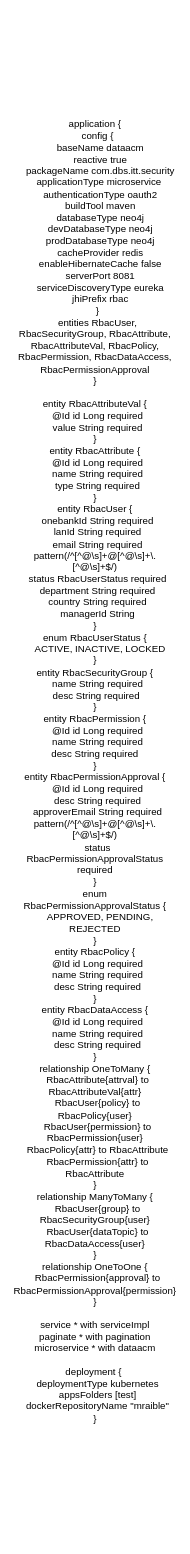
This is Untitled Diagram.drawio from srinivaspuranamhyd/arc-diagrams, a draw.io file, before an edit. Source tidied: cells renumbered, new cells numbered last; positions are measured from the earlier drawing's top-left corner, leaving out a move shared by most shapes. Both pictures are drawn from the tidied source at 81%, with x=0, y=0 at pixel (79, 769).
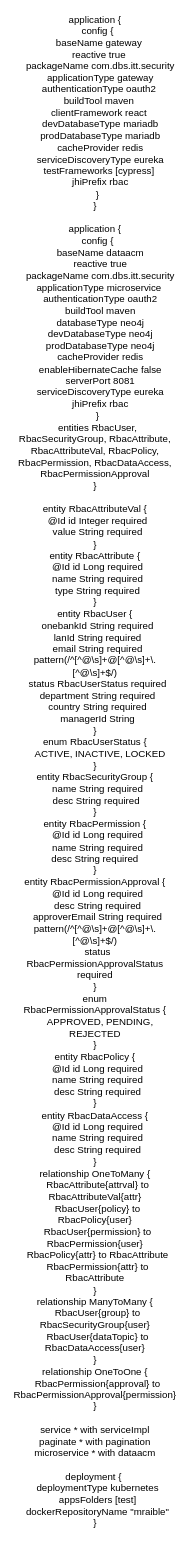
The same diagram, later.

What changed in the source:
```diff
@@
 <mxGraphModel>
   <root>
     <mxCell id="0" />
     <mxCell id="1" parent="0" />
-    <mxCell id="2" value="&lt;div&gt;application {&lt;/div&gt;&lt;div&gt;&amp;nbsp; config {&lt;/div&gt;&lt;div&gt;&amp;nbsp; &amp;nbsp; baseName dataacm&lt;/div&gt;&lt;div&gt;&amp;nbsp; &amp;nbsp; reactive true&lt;/div&gt;&lt;div&gt;&amp;nbsp; &amp;nbsp; packageName com.dbs.itt.security&lt;/div&gt;&lt;div&gt;&amp;nbsp; &amp;nbsp; applicationType microservice&amp;nbsp;&lt;/div&gt;&lt;div&gt;&amp;nbsp; &amp;nbsp; authenticationType oauth2&lt;/div&gt;&lt;div&gt;&amp;nbsp; &amp;nbsp; buildTool maven&lt;/div&gt;&lt;div&gt;&amp;nbsp; &amp;nbsp; databaseType neo4j&lt;/div&gt;&lt;div&gt;&amp;nbsp; &amp;nbsp; devDatabaseType neo4j&lt;/div&gt;&lt;div&gt;&amp;nbsp; &amp;nbsp; prodDatabaseType neo4j&lt;/div&gt;&lt;div&gt;&amp;nbsp; &amp;nbsp; cacheProvider redis&lt;/div&gt;&lt;div&gt;&amp;nbsp; &amp;nbsp; enableHibernateCache false&lt;/div&gt;&lt;div&gt;&amp;nbsp; &amp;nbsp; serverPort 8081&lt;/div&gt;&lt;div&gt;&amp;nbsp; &amp;nbsp; serviceDiscoveryType eureka&lt;/div&gt;&lt;div&gt;&amp;nbsp; &amp;nbsp; jhiPrefix rbac&lt;/div&gt;&lt;div&gt;&amp;nbsp; }&lt;/div&gt;&lt;div&gt;&amp;nbsp; entities RbacUser, RbacSecurityGroup, RbacAttribute, RbacAttributeVal, RbacPolicy, RbacPermission, RbacDataAccess, RbacPermissionApproval&lt;/div&gt;&lt;div&gt;}&lt;/div&gt;&lt;div&gt;&lt;br&gt;&lt;/div&gt;&lt;div&gt;entity RbacAttributeVal {&lt;/div&gt;&lt;div&gt;&amp;nbsp; @Id id Long required&lt;/div&gt;&lt;div&gt;&amp;nbsp; value String required&lt;/div&gt;&lt;div&gt;}&lt;/div&gt;&lt;div&gt;entity RbacAttribute {&lt;/div&gt;&lt;div&gt;&amp;nbsp; @Id id Long required&lt;/div&gt;&lt;div&gt;&amp;nbsp; name String required&lt;/div&gt;&lt;div&gt;&amp;nbsp; type String required&lt;/div&gt;&lt;div&gt;}&lt;/div&gt;&lt;div&gt;entity RbacUser {&lt;/div&gt;&lt;div&gt;&amp;nbsp; onebankId String required&lt;/div&gt;&lt;div&gt;&amp;nbsp; lanId String required&lt;/div&gt;&lt;div&gt;&amp;nbsp; email String required pattern(/^[^@\s]+@[^@\s]+\.[^@\s]+$/)&lt;/div&gt;&lt;div&gt;&amp;nbsp; status RbacUserStatus required&lt;/div&gt;&lt;div&gt;&amp;nbsp; department String required&lt;/div&gt;&lt;div&gt;&amp;nbsp; country String required&lt;/div&gt;&lt;div&gt;&amp;nbsp; managerId String&lt;/div&gt;&lt;div&gt;}&lt;/div&gt;&lt;div&gt;enum RbacUserStatus {&lt;/div&gt;&lt;div&gt;&amp;nbsp; &amp;nbsp; ACTIVE, INACTIVE, LOCKED&lt;/div&gt;&lt;div&gt;}&lt;/div&gt;&lt;div&gt;entity RbacSecurityGroup {&lt;/div&gt;&lt;div&gt;&amp;nbsp; name String required&lt;/div&gt;&lt;div&gt;&amp;nbsp; desc String required&amp;nbsp;&lt;/div&gt;&lt;div&gt;}&lt;/div&gt;&lt;div&gt;entity RbacPermission {&lt;/div&gt;&lt;div&gt;&amp;nbsp; @Id id Long required&lt;/div&gt;&lt;div&gt;&amp;nbsp; name String required&lt;/div&gt;&lt;div&gt;&amp;nbsp; desc String required&amp;nbsp;&amp;nbsp;&lt;/div&gt;&lt;div&gt;}&lt;/div&gt;&lt;div&gt;entity RbacPermissionApproval {&lt;/div&gt;&lt;div&gt;&amp;nbsp; @Id id Long required&lt;/div&gt;&lt;div&gt;&amp;nbsp; desc String required&lt;/div&gt;&lt;div&gt;&amp;nbsp; approverEmail String required pattern(/^[^@\s]+@[^@\s]+\.[^@\s]+$/)&lt;/div&gt;&lt;div&gt;&amp;nbsp; status RbacPermissionApprovalStatus required&lt;/div&gt;&lt;div&gt;}&lt;/div&gt;&lt;div&gt;enum RbacPermissionApprovalStatus {&lt;/div&gt;&lt;div&gt;&amp;nbsp; &amp;nbsp; APPROVED, PENDING, REJECTED&lt;/div&gt;&lt;div&gt;}&lt;/div&gt;&lt;div&gt;entity RbacPolicy {&lt;/div&gt;&lt;div&gt;&amp;nbsp; @Id id Long required&lt;/div&gt;&lt;div&gt;&amp;nbsp; name String required&lt;/div&gt;&lt;div&gt;&amp;nbsp; desc String required&lt;/div&gt;&lt;div&gt;}&lt;/div&gt;&lt;div&gt;entity RbacDataAccess {&lt;/div&gt;&lt;div&gt;&amp;nbsp; @Id id Long required&lt;/div&gt;&lt;div&gt;&amp;nbsp; name String required&lt;/div&gt;&lt;div&gt;&amp;nbsp; desc String required&lt;/div&gt;&lt;div&gt;}&lt;/div&gt;&lt;div&gt;relationship OneToMany {&lt;/div&gt;&lt;div&gt;&amp;nbsp; RbacAttribute{attrval} to RbacAttributeVal{attr}&lt;/div&gt;&lt;div&gt;&amp;nbsp; RbacUser{policy} to RbacPolicy{user}&lt;/div&gt;&lt;div&gt;&amp;nbsp; RbacUser{permission} to RbacPermission{user}&lt;/div&gt;&lt;div&gt;&amp;nbsp; RbacPolicy{attr} to RbacAttribute&lt;/div&gt;&lt;div&gt;&amp;nbsp; RbacPermission{attr} to RbacAttribute&lt;/div&gt;&lt;div&gt;}&lt;/div&gt;&lt;div&gt;relationship ManyToMany {&lt;/div&gt;&lt;div&gt;&amp;nbsp; RbacUser{group} to RbacSecurityGroup{user}&lt;/div&gt;&lt;div&gt;&amp;nbsp; RbacUser{dataTopic} to RbacDataAccess{user}&lt;/div&gt;&lt;div&gt;}&lt;/div&gt;&lt;div&gt;relationship OneToOne {&lt;/div&gt;&lt;div&gt;&amp;nbsp; RbacPermission{approval} to RbacPermissionApproval{permission}&lt;/div&gt;&lt;div&gt;}&lt;/div&gt;&lt;div&gt;&lt;br&gt;&lt;/div&gt;&lt;div&gt;service * with serviceImpl&lt;/div&gt;&lt;div&gt;paginate * with pagination&lt;/div&gt;&lt;div&gt;microservice * with dataacm&lt;/div&gt;&lt;div&gt;&lt;br&gt;&lt;/div&gt;&lt;div&gt;deployment {&amp;nbsp;&lt;/div&gt;&lt;div&gt;&amp;nbsp; deploymentType kubernetes&lt;/div&gt;&lt;div&gt;&amp;nbsp; appsFolders [test]&lt;/div&gt;&lt;div&gt;&amp;nbsp; dockerRepositoryName &quot;mraible&quot;&lt;/div&gt;&lt;div&gt;}&lt;/div&gt;&lt;div&gt;&lt;br&gt;&lt;/div&gt;" style="text;html=1;strokeColor=none;fillColor=none;align=center;verticalAlign=middle;whiteSpace=wrap;rounded=0;" parent="1" vertex="1">
+    <mxCell id="2" value="&lt;div&gt;&lt;div&gt;&lt;div&gt;application {&lt;/div&gt;&lt;div&gt;&amp;nbsp; config {&lt;/div&gt;&lt;div&gt;&amp;nbsp; &amp;nbsp; baseName gateway&amp;nbsp;&lt;/div&gt;&lt;div&gt;&amp;nbsp; &amp;nbsp; reactive true&amp;nbsp;&lt;/div&gt;&lt;div&gt;&amp;nbsp; &amp;nbsp; packageName com.dbs.itt.security&lt;/div&gt;&lt;div&gt;&amp;nbsp; &amp;nbsp; applicationType gateway&lt;/div&gt;&lt;div&gt;&amp;nbsp; &amp;nbsp; authenticationType oauth2&amp;nbsp;&lt;/div&gt;&lt;div&gt;&amp;nbsp; &amp;nbsp; buildTool maven&amp;nbsp;&lt;/div&gt;&lt;div&gt;&amp;nbsp; &amp;nbsp; clientFramework react&amp;nbsp;&lt;/div&gt;&lt;div&gt;&amp;nbsp; &amp;nbsp; devDatabaseType mariadb&lt;/div&gt;&lt;div&gt;&amp;nbsp; &amp;nbsp; prodDatabaseType mariadb&lt;/div&gt;&lt;div&gt;&amp;nbsp; &amp;nbsp; cacheProvider redis&lt;/div&gt;&lt;div&gt;&amp;nbsp; &amp;nbsp; serviceDiscoveryType eureka&lt;/div&gt;&lt;div&gt;&amp;nbsp; &amp;nbsp; testFrameworks [cypress]&amp;nbsp;&lt;/div&gt;&lt;div&gt;&amp;nbsp; &amp;nbsp; jhiPrefix rbac&lt;/div&gt;&lt;div&gt;&amp;nbsp; }&lt;/div&gt;&lt;div&gt;}&lt;/div&gt;&lt;div&gt;&lt;br&gt;&lt;/div&gt;&lt;div&gt;application {&lt;/div&gt;&lt;div&gt;&amp;nbsp; config {&lt;/div&gt;&lt;div&gt;&amp;nbsp; &amp;nbsp; baseName dataacm&lt;/div&gt;&lt;div&gt;&amp;nbsp; &amp;nbsp; reactive true&lt;/div&gt;&lt;div&gt;&amp;nbsp; &amp;nbsp; packageName com.dbs.itt.security&lt;/div&gt;&lt;div&gt;&amp;nbsp; &amp;nbsp; applicationType microservice&amp;nbsp;&lt;/div&gt;&lt;div&gt;&amp;nbsp; &amp;nbsp; authenticationType oauth2&lt;/div&gt;&lt;div&gt;&amp;nbsp; &amp;nbsp; buildTool maven&lt;/div&gt;&lt;div&gt;&amp;nbsp; &amp;nbsp; databaseType neo4j&lt;/div&gt;&lt;div&gt;&amp;nbsp; &amp;nbsp; devDatabaseType neo4j&lt;/div&gt;&lt;div&gt;&amp;nbsp; &amp;nbsp; prodDatabaseType neo4j&lt;/div&gt;&lt;div&gt;&amp;nbsp; &amp;nbsp; cacheProvider redis&lt;/div&gt;&lt;div&gt;&amp;nbsp; &amp;nbsp; enableHibernateCache false&lt;/div&gt;&lt;div&gt;&amp;nbsp; &amp;nbsp; serverPort 8081&lt;/div&gt;&lt;div&gt;&amp;nbsp; &amp;nbsp; serviceDiscoveryType eureka&lt;/div&gt;&lt;div&gt;&amp;nbsp; &amp;nbsp; jhiPrefix rbac&lt;/div&gt;&lt;div&gt;&amp;nbsp; }&lt;/div&gt;&lt;div&gt;&amp;nbsp; entities RbacUser, RbacSecurityGroup, RbacAttribute, RbacAttributeVal, RbacPolicy, RbacPermission, RbacDataAccess, RbacPermissionApproval&lt;/div&gt;&lt;div&gt;}&lt;/div&gt;&lt;div&gt;&lt;br&gt;&lt;/div&gt;&lt;div&gt;entity RbacAttributeVal {&lt;/div&gt;&lt;div&gt;&amp;nbsp; @Id id Integer required&lt;/div&gt;&lt;div&gt;&amp;nbsp; value String required&lt;/div&gt;&lt;div&gt;}&lt;/div&gt;&lt;div&gt;entity RbacAttribute {&lt;/div&gt;&lt;div&gt;&amp;nbsp; @Id id Long required&lt;/div&gt;&lt;div&gt;&amp;nbsp; name String required&lt;/div&gt;&lt;div&gt;&amp;nbsp; type String required&lt;/div&gt;&lt;div&gt;}&lt;/div&gt;&lt;div&gt;entity RbacUser {&lt;/div&gt;&lt;div&gt;&amp;nbsp; onebankId String required&lt;/div&gt;&lt;div&gt;&amp;nbsp; lanId String required&lt;/div&gt;&lt;div&gt;&amp;nbsp; email String required pattern(/^[^@\s]+@[^@\s]+\.[^@\s]+$/)&lt;/div&gt;&lt;div&gt;&amp;nbsp; status RbacUserStatus required&lt;/div&gt;&lt;div&gt;&amp;nbsp; department String required&lt;/div&gt;&lt;div&gt;&amp;nbsp; country String required&lt;/div&gt;&lt;div&gt;&amp;nbsp; managerId String&lt;/div&gt;&lt;div&gt;}&lt;/div&gt;&lt;div&gt;enum RbacUserStatus {&lt;/div&gt;&lt;div&gt;&amp;nbsp; &amp;nbsp; ACTIVE, INACTIVE, LOCKED&lt;/div&gt;&lt;div&gt;}&lt;/div&gt;&lt;div&gt;entity RbacSecurityGroup {&lt;/div&gt;&lt;div&gt;&amp;nbsp; name String required&lt;/div&gt;&lt;div&gt;&amp;nbsp; desc String required&amp;nbsp;&lt;/div&gt;&lt;div&gt;}&lt;/div&gt;&lt;div&gt;entity RbacPermission {&lt;/div&gt;&lt;div&gt;&amp;nbsp; @Id id Long required&lt;/div&gt;&lt;div&gt;&amp;nbsp; name String required&lt;/div&gt;&lt;div&gt;&amp;nbsp; desc String required&amp;nbsp;&amp;nbsp;&lt;/div&gt;&lt;div&gt;}&lt;/div&gt;&lt;div&gt;entity RbacPermissionApproval {&lt;/div&gt;&lt;div&gt;&amp;nbsp; @Id id Long required&lt;/div&gt;&lt;div&gt;&amp;nbsp; desc String required&lt;/div&gt;&lt;div&gt;&amp;nbsp; approverEmail String required pattern(/^[^@\s]+@[^@\s]+\.[^@\s]+$/)&lt;/div&gt;&lt;div&gt;&amp;nbsp; status RbacPermissionApprovalStatus required&lt;/div&gt;&lt;div&gt;}&lt;/div&gt;&lt;div&gt;enum RbacPermissionApprovalStatus {&lt;/div&gt;&lt;div&gt;&amp;nbsp; &amp;nbsp; APPROVED, PENDING, REJECTED&lt;/div&gt;&lt;div&gt;}&lt;/div&gt;&lt;div&gt;entity RbacPolicy {&lt;/div&gt;&lt;div&gt;&amp;nbsp; @Id id Long required&lt;/div&gt;&lt;div&gt;&amp;nbsp; name String required&lt;/div&gt;&lt;div&gt;&amp;nbsp; desc String required&lt;/div&gt;&lt;div&gt;}&lt;/div&gt;&lt;div&gt;entity RbacDataAccess {&lt;/div&gt;&lt;div&gt;&amp;nbsp; @Id id Long required&lt;/div&gt;&lt;div&gt;&amp;nbsp; name String required&lt;/div&gt;&lt;div&gt;&amp;nbsp; desc String required&lt;/div&gt;&lt;div&gt;}&lt;/div&gt;&lt;div&gt;relationship OneToMany {&lt;/div&gt;&lt;div&gt;&amp;nbsp; RbacAttribute{attrval} to RbacAttributeVal{attr}&lt;/div&gt;&lt;div&gt;&amp;nbsp; RbacUser{policy} to RbacPolicy{user}&lt;/div&gt;&lt;div&gt;&amp;nbsp; RbacUser{permission} to RbacPermission{user}&lt;/div&gt;&lt;div&gt;&amp;nbsp; RbacPolicy{attr} to RbacAttribute&lt;/div&gt;&lt;div&gt;&amp;nbsp; RbacPermission{attr} to RbacAttribute&lt;/div&gt;&lt;div&gt;}&lt;/div&gt;&lt;div&gt;relationship ManyToMany {&lt;/div&gt;&lt;div&gt;&amp;nbsp; RbacUser{group} to RbacSecurityGroup{user}&lt;/div&gt;&lt;div&gt;&amp;nbsp; RbacUser{dataTopic} to RbacDataAccess{user}&lt;/div&gt;&lt;div&gt;}&lt;/div&gt;&lt;div&gt;relationship OneToOne {&lt;/div&gt;&lt;div&gt;&amp;nbsp; RbacPermission{approval} to RbacPermissionApproval{permission}&lt;/div&gt;&lt;div&gt;}&lt;/div&gt;&lt;div&gt;&lt;br&gt;&lt;/div&gt;&lt;div&gt;service * with serviceImpl&lt;/div&gt;&lt;div&gt;paginate * with pagination&lt;/div&gt;&lt;div&gt;microservice * with dataacm&lt;/div&gt;&lt;div&gt;&lt;br&gt;&lt;/div&gt;&lt;div&gt;deployment {&amp;nbsp;&lt;/div&gt;&lt;div&gt;&amp;nbsp; deploymentType kubernetes&lt;/div&gt;&lt;div&gt;&amp;nbsp; appsFolders [test]&lt;/div&gt;&lt;div&gt;&amp;nbsp; dockerRepositoryName &quot;mraible&quot;&lt;/div&gt;&lt;div&gt;}&lt;/div&gt;&lt;div&gt;&lt;br&gt;&lt;/div&gt;&lt;/div&gt;&lt;/div&gt;" style="text;html=1;strokeColor=none;fillColor=none;align=center;verticalAlign=middle;whiteSpace=wrap;rounded=0;" parent="1" vertex="1">
       <mxGeometry width="40" height="20" as="geometry" />
     </mxCell>
   </root>
 </mxGraphModel>
```
